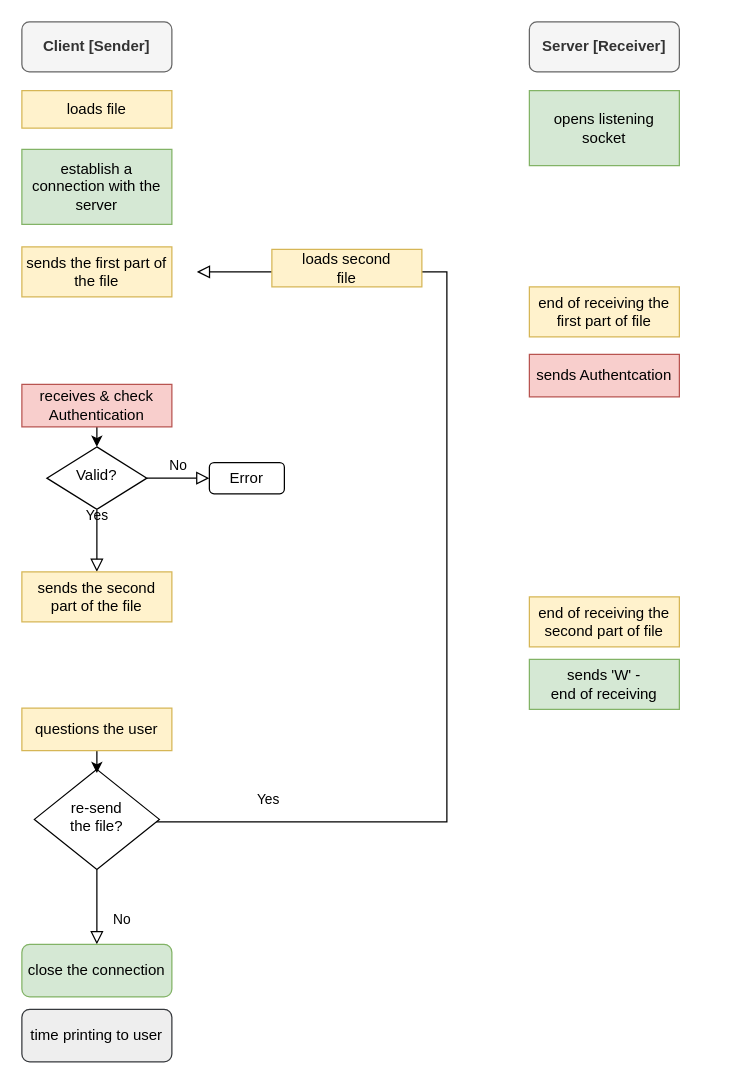
slomit1234/SoftwareSystemA1 keeps this draw.io diagram as Untitled Diagram.drawio. Above is the earlier version. Source tidied: cells renumbered, new cells numbered last; positions are measured from the earlier drawing's top-left corner, leaving out a move shared by most shapes. Both pictures are drawn from the tidied source at 125%, with x=0, y=0 at pixel (21, 21).
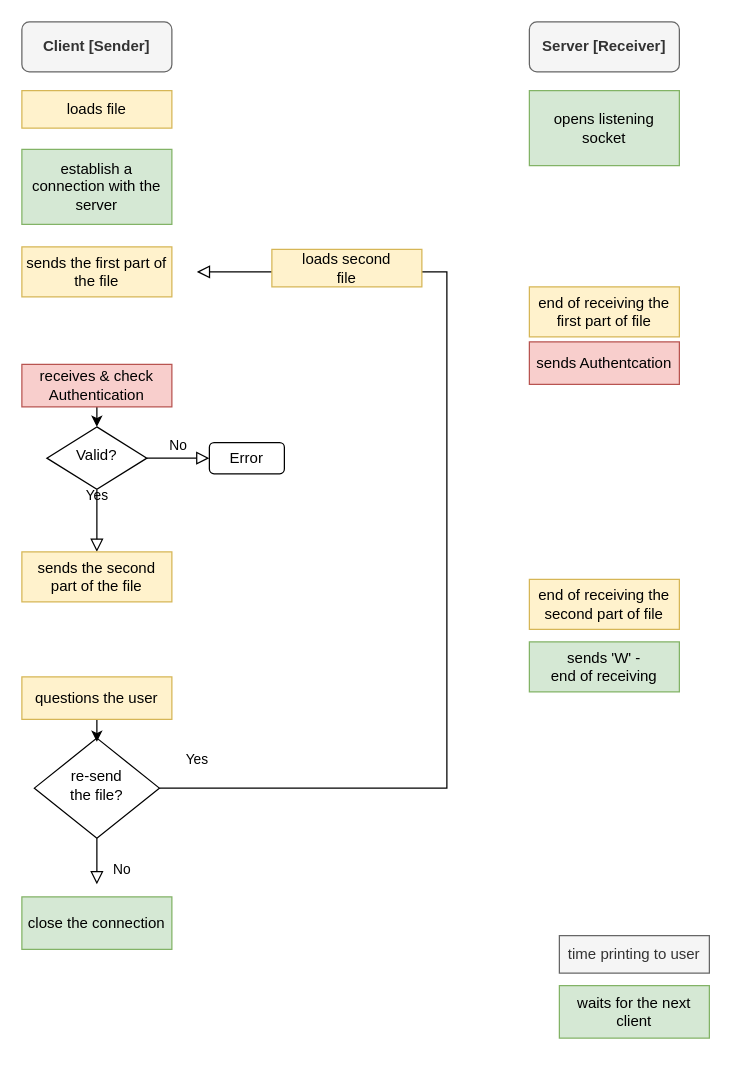
After the change.

The edit, as a diff of the source:
```diff
@@
     <mxCell id="3" value="Yes" style="rounded=0;html=1;jettySize=auto;fontSize=11;endArrow=block;endFill=0;endSize=8;strokeWidth=1;shadow=0;labelBackgroundColor=none;edgeStyle=orthogonalEdgeStyle;" parent="1" edge="1" source="5">
       <mxGeometry y="20" relative="1" as="geometry">
-        <mxPoint x="60" y="440" as="targetPoint" />
+        <mxPoint x="60" y="424" as="targetPoint" />
       </mxGeometry>
     </mxCell>
@@
     <mxCell id="5" value="Valid?" style="rhombus;whiteSpace=wrap;html=1;shadow=0;fontFamily=Helvetica;fontSize=12;align=center;strokeWidth=1;spacing=6;spacingTop=-4;" parent="1" vertex="1">
-      <mxGeometry x="20" y="340" width="80" height="50" as="geometry" />
+      <mxGeometry x="20" y="324" width="80" height="50" as="geometry" />
     </mxCell>
     <mxCell id="6" value="Error" style="rounded=1;whiteSpace=wrap;html=1;fontSize=12;glass=0;strokeWidth=1;shadow=0;" parent="1" vertex="1">
-      <mxGeometry x="150" y="352.5" width="60" height="25" as="geometry" />
+      <mxGeometry x="150" y="336.5" width="60" height="25" as="geometry" />
     </mxCell>
-    <mxCell id="7" value="No" style="rounded=0;html=1;jettySize=auto;fontSize=11;endArrow=block;endFill=0;endSize=8;strokeWidth=1;shadow=0;labelBackgroundColor=none;edgeStyle=orthogonalEdgeStyle;" parent="1" edge="1" source="9" target="10">
-      <mxGeometry x="0.33" y="20" relative="1" as="geometry" />
+    <mxCell id="7" value="No" style="rounded=0;html=1;jettySize=auto;fontSize=11;endArrow=block;endFill=0;endSize=8;strokeWidth=1;shadow=0;labelBackgroundColor=none;edgeStyle=orthogonalEdgeStyle;" parent="1" edge="1" source="9">
+      <mxGeometry x="0.33" y="20" relative="1" as="geometry">
+        <mxPoint x="60" y="690" as="targetPoint" />
+      </mxGeometry>
     </mxCell>
     <mxCell id="8" value="Yes" style="edgeStyle=orthogonalEdgeStyle;rounded=0;html=1;jettySize=auto;fontSize=11;endArrow=none;endFill=0;endSize=8;strokeWidth=1;shadow=0;labelBackgroundColor=none;" parent="1" edge="1" source="9">
-      <mxGeometry x="-0.77" y="18" relative="1" as="geometry">
+      <mxGeometry x="-0.92" y="23" relative="1" as="geometry">
         <mxPoint x="240" y="200" as="targetPoint" />
         <Array as="points">
-          <mxPoint x="340" y="640" />
+          <mxPoint x="340" y="613" />
           <mxPoint x="340" y="200" />
         </Array>
       </mxGeometry>
     </mxCell>
     <mxCell id="9" value="&lt;div&gt;re-send&lt;/div&gt;&lt;div&gt;the file?&lt;br&gt;&lt;/div&gt;" style="rhombus;whiteSpace=wrap;html=1;shadow=0;fontFamily=Helvetica;fontSize=12;align=center;strokeWidth=1;spacing=6;spacingTop=-4;" parent="1" vertex="1">
-      <mxGeometry x="10" y="598" width="100" height="80" as="geometry" />
+      <mxGeometry x="10" y="573" width="100" height="80" as="geometry" />
     </mxCell>
-    <mxCell id="10" value="&lt;div&gt;close the connection&lt;br&gt;&lt;/div&gt;" style="rounded=1;whiteSpace=wrap;html=1;fontSize=12;glass=0;strokeWidth=1;shadow=0;fillColor=#d5e8d4;strokeColor=#82b366;" parent="1" vertex="1">
-      <mxGeometry y="738" width="120" height="42" as="geometry" />
+    <mxCell id="10" value="&lt;div&gt;close the connection&lt;br&gt;&lt;/div&gt;" style="rounded=0;whiteSpace=wrap;html=1;fontSize=12;glass=0;strokeWidth=1;shadow=0;fillColor=#d5e8d4;strokeColor=#82b366;" parent="1" vertex="1">
+      <mxGeometry y="700" width="120" height="42" as="geometry" />
     </mxCell>
@@
     <mxCell id="17" value="sends Authentcation" style="rounded=0;whiteSpace=wrap;html=1;fillColor=#f8cecc;strokeColor=#b85450;" parent="1" vertex="1">
-      <mxGeometry x="406" y="266" width="120" height="34" as="geometry" />
+      <mxGeometry x="406" y="256" width="120" height="34" as="geometry" />
     </mxCell>
@@
     <mxCell id="19" value="&lt;div&gt;receives &amp;amp; check&lt;/div&gt;&lt;div&gt;Authentication&lt;br&gt;&lt;/div&gt;" style="rounded=0;whiteSpace=wrap;html=1;fillColor=#f8cecc;strokeColor=#b85450;" parent="1" vertex="1">
-      <mxGeometry y="290" width="120" height="34" as="geometry" />
+      <mxGeometry y="274" width="120" height="34" as="geometry" />
     </mxCell>
     <mxCell id="20" value="sends the second part of the file" style="rounded=0;whiteSpace=wrap;html=1;fillColor=#fff2cc;strokeColor=#d6b656;" parent="1" vertex="1">
-      <mxGeometry y="440" width="120" height="40" as="geometry" />
+      <mxGeometry y="424" width="120" height="40" as="geometry" />
     </mxCell>
     <mxCell id="21" value="end of receiving the second part of file" style="rounded=0;whiteSpace=wrap;html=1;fillColor=#fff2cc;strokeColor=#d6b656;" parent="1" vertex="1">
-      <mxGeometry x="406" y="460" width="120" height="40" as="geometry" />
+      <mxGeometry x="406" y="446" width="120" height="40" as="geometry" />
     </mxCell>
     <mxCell id="22" value="&lt;div&gt;sends 'W' - &lt;br&gt;&lt;/div&gt;&lt;div&gt;end of receiving&lt;br&gt;&lt;/div&gt;" style="rounded=0;whiteSpace=wrap;html=1;fillColor=#d5e8d4;strokeColor=#82b366;" parent="1" vertex="1">
-      <mxGeometry x="406" y="510" width="120" height="40" as="geometry" />
+      <mxGeometry x="406" y="496" width="120" height="40" as="geometry" />
     </mxCell>
     <mxCell id="23" style="edgeStyle=orthogonalEdgeStyle;rounded=0;orthogonalLoop=1;jettySize=auto;html=1;entryX=0.5;entryY=0;entryDx=0;entryDy=0;" parent="1" edge="1">
       <mxGeometry relative="1" as="geometry">
-        <mxPoint x="60" y="572" as="sourcePoint" />
-        <mxPoint x="60" y="601" as="targetPoint" />
+        <mxPoint x="60" y="547" as="sourcePoint" />
+        <mxPoint x="60" y="576" as="targetPoint" />
       </mxGeometry>
     </mxCell>
     <mxCell id="24" value="questions the user" style="rounded=0;whiteSpace=wrap;html=1;fillColor=#fff2cc;strokeColor=#d6b656;" parent="1" vertex="1">
-      <mxGeometry y="549" width="120" height="34" as="geometry" />
+      <mxGeometry y="524" width="120" height="34" as="geometry" />
     </mxCell>
-    <mxCell id="25" value="time printing to user" style="rounded=1;whiteSpace=wrap;html=1;fontSize=12;glass=0;strokeWidth=1;shadow=0;fillColor=#eeeeee;strokeColor=#36393d;" parent="1" vertex="1">
-      <mxGeometry y="790" width="120" height="42" as="geometry" />
+    <mxCell id="25" value="time printing to user" style="rounded=0;whiteSpace=wrap;html=1;fontSize=12;glass=0;strokeWidth=1;shadow=0;fillColor=#f5f5f5;strokeColor=#666666;fontColor=#333333;" parent="1" vertex="1">
+      <mxGeometry x="430" y="731" width="120" height="30" as="geometry" />
     </mxCell>
@@
+    <mxCell id="28" value="waits for the next&lt;br&gt;client" style="rounded=0;whiteSpace=wrap;html=1;fontSize=12;glass=0;strokeWidth=1;shadow=0;fillColor=#d5e8d4;strokeColor=#82b366;" parent="1" vertex="1">
+      <mxGeometry x="430" y="771" width="120" height="42" as="geometry" />
+    </mxCell>
```
